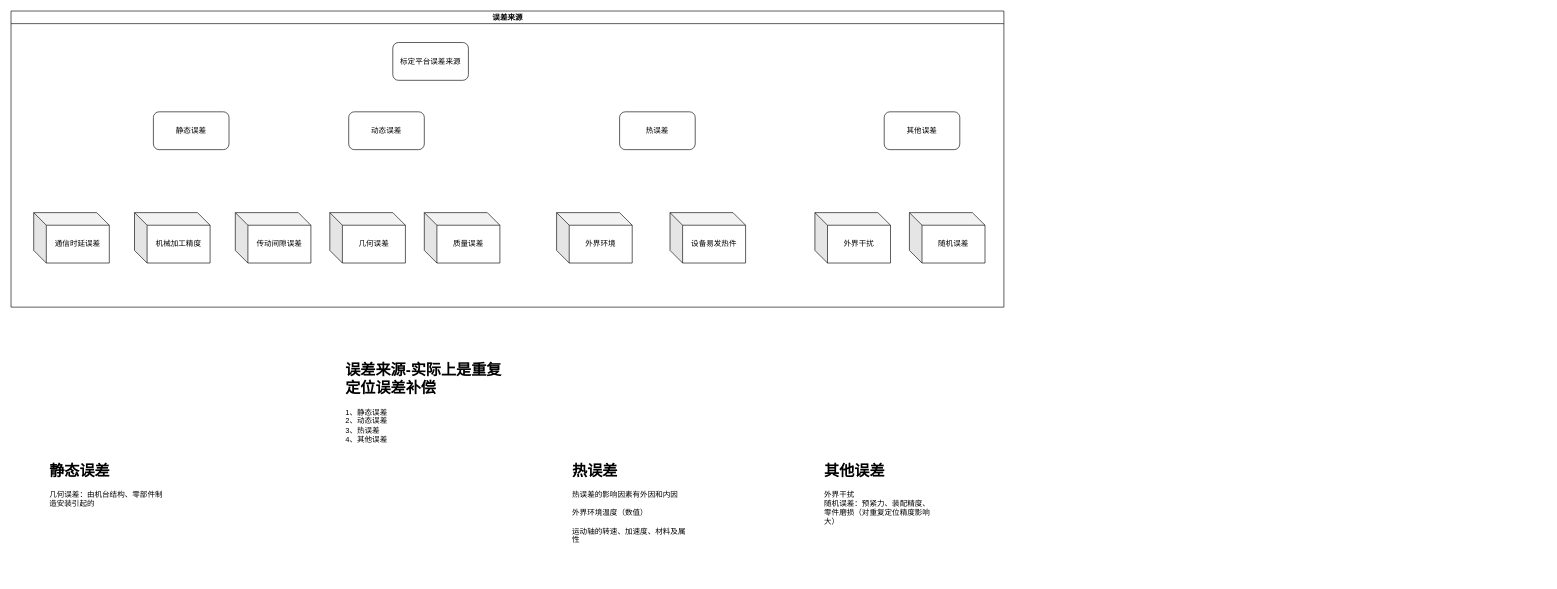
Earlier version of the draw.io diagram 误差来源.drawio (wjaswdd/draw.io). Source tidied: cells renumbered, new cells numbered last; positions are measured from the earlier drawing's top-left corner, leaving out a move shared by most shapes. Both pictures are drawn from the tidied source at 63%, with x=0, y=0 at pixel (11, 11).
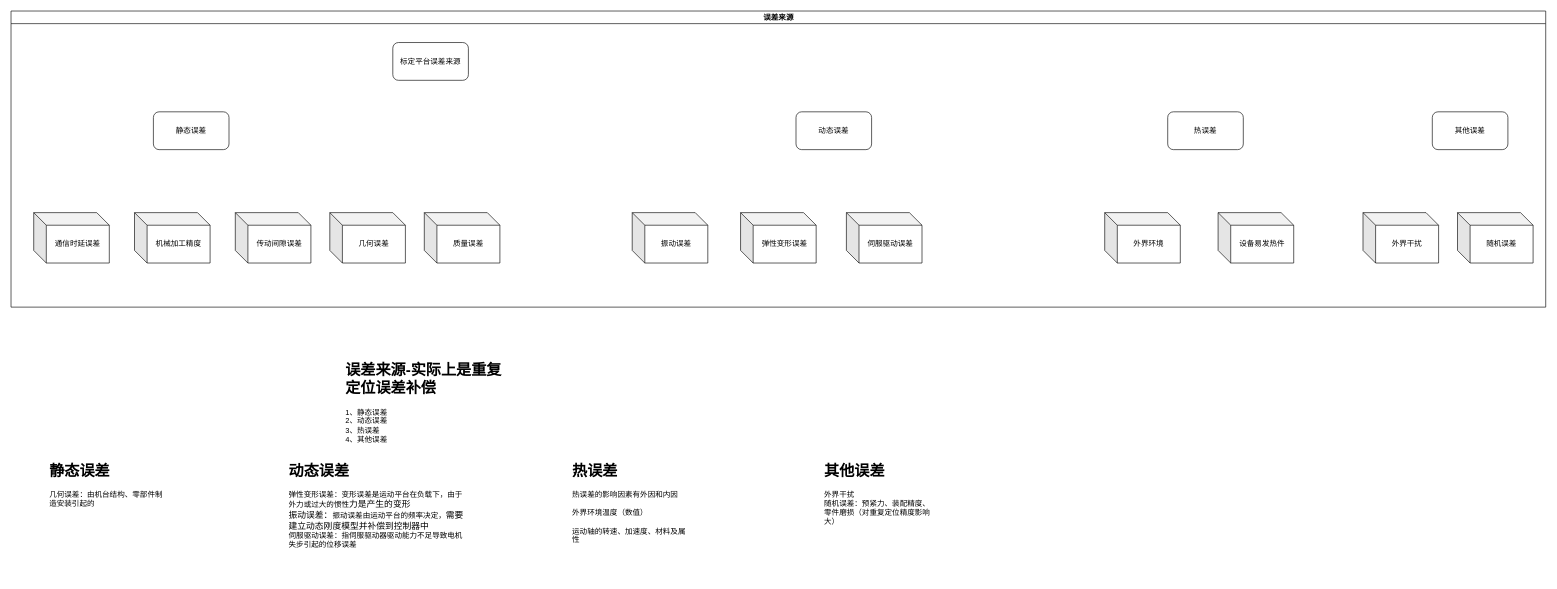
The same diagram, later.

Commit message:
更新误差来源.drawio

What changed in the source:
```diff
@@
     <mxCell id="2" value="误差来源" style="swimlane;html=1;startSize=20;horizontal=1;containerType=tree;glass=0;" parent="1" vertex="1">
-      <mxGeometry width="1576" height="470" as="geometry" />
+      <mxGeometry width="2436" height="470" as="geometry" />
     </mxCell>
@@
     <mxCell id="5" value="动态误差" style="rounded=1;whiteSpace=wrap;html=1;" parent="2" vertex="1">
-      <mxGeometry x="536" y="160" width="120" height="60" as="geometry" />
+      <mxGeometry x="1246" y="160" width="120" height="60" as="geometry" />
     </mxCell>
     <mxCell id="6" value="热误差" style="rounded=1;whiteSpace=wrap;html=1;" parent="2" vertex="1">
-      <mxGeometry x="966" y="160" width="120" height="60" as="geometry" />
+      <mxGeometry x="1836" y="160" width="120" height="60" as="geometry" />
     </mxCell>
     <mxCell id="7" value="其他误差" style="rounded=1;whiteSpace=wrap;html=1;" parent="2" vertex="1">
-      <mxGeometry x="1386" y="160" width="120" height="60" as="geometry" />
+      <mxGeometry x="2256" y="160" width="120" height="60" as="geometry" />
     </mxCell>
@@
     <mxCell id="10" value="外界环境" style="shape=cube;whiteSpace=wrap;html=1;boundedLbl=1;backgroundOutline=1;darkOpacity=0.05;darkOpacity2=0.1;" parent="2" vertex="1">
-      <mxGeometry x="866" y="320" width="120" height="80" as="geometry" />
+      <mxGeometry x="1736" y="320" width="120" height="80" as="geometry" />
     </mxCell>
     <mxCell id="11" value="设备易发热件" style="shape=cube;whiteSpace=wrap;html=1;boundedLbl=1;backgroundOutline=1;darkOpacity=0.05;darkOpacity2=0.1;" parent="2" vertex="1">
-      <mxGeometry x="1046" y="320" width="120" height="80" as="geometry" />
+      <mxGeometry x="1916" y="320" width="120" height="80" as="geometry" />
     </mxCell>
@@
     <mxCell id="14" value="外界干扰" style="shape=cube;whiteSpace=wrap;html=1;boundedLbl=1;backgroundOutline=1;darkOpacity=0.05;darkOpacity2=0.1;" parent="2" vertex="1">
-      <mxGeometry x="1276" y="320" width="120" height="80" as="geometry" />
+      <mxGeometry x="2146" y="320" width="120" height="80" as="geometry" />
     </mxCell>
     <mxCell id="15" value="随机误差" style="shape=cube;whiteSpace=wrap;html=1;boundedLbl=1;backgroundOutline=1;darkOpacity=0.05;darkOpacity2=0.1;" parent="2" vertex="1">
-      <mxGeometry x="1426" y="320" width="120" height="80" as="geometry" />
+      <mxGeometry x="2296" y="320" width="120" height="80" as="geometry" />
     </mxCell>
@@
+    <mxCell id="21" value="振动误差" style="shape=cube;whiteSpace=wrap;html=1;boundedLbl=1;backgroundOutline=1;darkOpacity=0.05;darkOpacity2=0.1;" parent="2" vertex="1">
+      <mxGeometry x="986" y="320" width="120" height="80" as="geometry" />
+    </mxCell>
+    <mxCell id="22" value="弹性变形误差" style="shape=cube;whiteSpace=wrap;html=1;boundedLbl=1;backgroundOutline=1;darkOpacity=0.05;darkOpacity2=0.1;" parent="2" vertex="1">
+      <mxGeometry x="1158" y="320" width="120" height="80" as="geometry" />
+    </mxCell>
+    <mxCell id="23" value="伺服驱动误差" style="shape=cube;whiteSpace=wrap;html=1;boundedLbl=1;backgroundOutline=1;darkOpacity=0.05;darkOpacity2=0.1;" parent="2" vertex="1">
+      <mxGeometry x="1326" y="320" width="120" height="80" as="geometry" />
+    </mxCell>
@@
+    <mxCell id="24" value="&lt;h1&gt;动态误差&lt;/h1&gt;&lt;div&gt;弹性变形误差：变形误差是运动平台在负载下，由于外力或过大的惯性&lt;span style=&quot;font-family: 宋体; font-size: 10.45pt; background-color: initial;&quot;&gt;力是产生的变形&lt;/span&gt;&lt;/div&gt;&lt;div&gt;&lt;span style=&quot;font-family: 宋体; font-size: 10.45pt; background-color: initial;&quot;&gt;振动误差：&lt;/span&gt;振动误差由运动平台的频率决定，&lt;span style=&quot;font-family: 宋体; font-size: 10.45pt; background-color: initial;&quot;&gt;需要建立动态刚度模型并补偿到控制器中&lt;/span&gt;&lt;/div&gt;&lt;div&gt;&lt;div&gt;伺服驱动误差：指伺服驱动器驱动能力不足导致电机失步引起的位移误差&lt;/div&gt;&lt;/div&gt;" style="text;html=1;strokeColor=none;fillColor=none;spacing=5;spacingTop=-20;whiteSpace=wrap;overflow=hidden;rounded=0;" parent="1" vertex="1">
+      <mxGeometry x="436" y="710" width="290" height="190" as="geometry" />
+    </mxCell>
```
